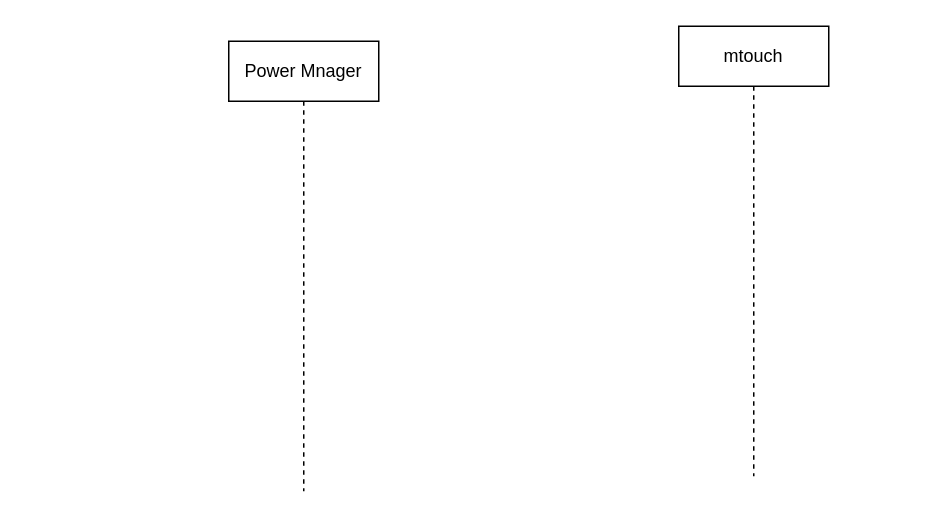
singledo/drawio-repo keeps this draw.io diagram as Untitled Diagram.drawio. Above is the earlier version. Source tidied: cells renumbered, new cells numbered last; positions are measured from the earlier drawing's top-left corner, leaving out a move shared by most shapes. Both pictures are drawn from the tidied source at 150%, with x=0, y=0 at pixel (228, 26).
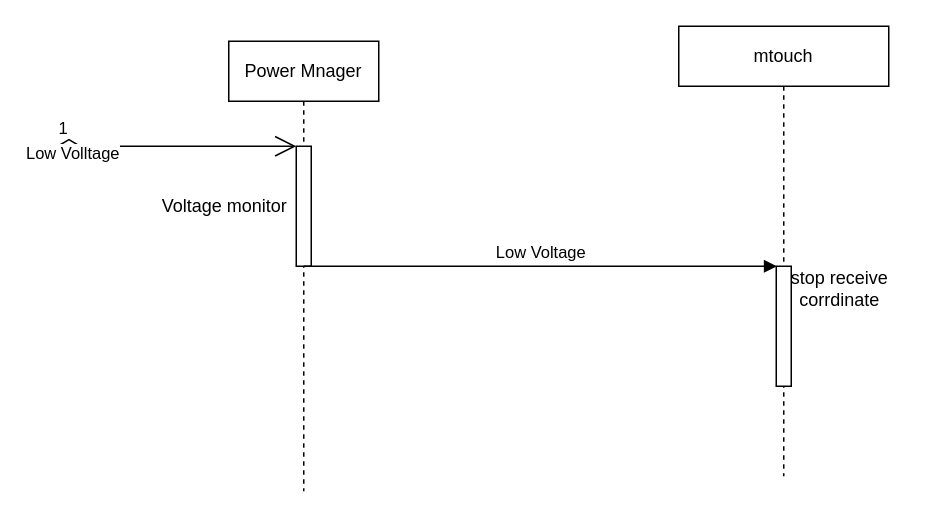
After the change.

The edit, as a diff of the source:
```diff
@@
 <mxGraphModel>
   <root>
     <mxCell id="0" />
     <mxCell id="1" parent="0" />
     <mxCell id="2" value="Power Mnager" style="shape=umlLifeline;perimeter=lifelinePerimeter;whiteSpace=wrap;html=1;" parent="1" vertex="1">
       <mxGeometry y="10" width="100" height="300" as="geometry" />
     </mxCell>
+    <mxCell id="4" style="html=1;perimeter=orthogonalPerimeter;" parent="2" vertex="1">
+      <mxGeometry x="45" y="70" width="10" height="80" as="geometry" />
+    </mxCell>
+    <mxCell id="5" value="1" style="endArrow=open;html=1;endSize=12;startArrow=diamondThin;startSize=14;startFill=0;edgeStyle=orthogonalEdgeStyle;align=left;verticalAlign=bottom;rounded=0;" parent="2" edge="1">
+      <mxGeometry x="-1" y="3" relative="1" as="geometry">
+        <mxPoint x="-115" y="70" as="sourcePoint" />
+        <mxPoint x="45" y="70" as="targetPoint" />
+      </mxGeometry>
+    </mxCell>
+    <mxCell id="6" value="Low Volltage" style="edgeLabel;html=1;align=center;verticalAlign=middle;" parent="5" vertex="1">
+      <mxGeometry x="-0.88" y="-4" relative="1" as="geometry" />
+    </mxCell>
+    <mxCell id="7" value="Voltage monitor" style="text;html=1;strokeColor=none;fillColor=none;align=center;verticalAlign=middle;whiteSpace=wrap;rounded=0;" parent="2" vertex="1">
+      <mxGeometry x="-50" y="100" width="95" height="20" as="geometry" />
+    </mxCell>
+    <mxCell id="8" value="Low Voltage" style="html=1;verticalAlign=bottom;endArrow=block;rounded=0;entryX=0.035;entryY=0;entryDx=0;entryDy=0;entryPerimeter=0;" parent="2" edge="1" target="9">
+      <mxGeometry relative="1" as="geometry">
+        <mxPoint x="50" y="150" as="sourcePoint" />
+      </mxGeometry>
+    </mxCell>
     <mxCell id="3" value="mtouch" style="shape=umlLifeline;perimeter=lifelinePerimeter;whiteSpace=wrap;html=1;" parent="1" vertex="1">
-      <mxGeometry x="300" width="100" height="300" as="geometry" />
+      <mxGeometry x="300" width="140" height="300" as="geometry" />
     </mxCell>
+    <mxCell id="9" style="html=1;points=[];perimeter=orthogonalPerimeter;" parent="3" vertex="1">
+      <mxGeometry x="65" y="160" width="10" height="80" as="geometry" />
+    </mxCell>
+    <mxCell id="10" value="stop receive corrdinate" style="text;html=1;strokeColor=none;fillColor=none;align=center;verticalAlign=middle;whiteSpace=wrap;rounded=0;" parent="3" vertex="1">
+      <mxGeometry x="65" y="160" width="85" height="30" as="geometry" />
+    </mxCell>
   </root>
 </mxGraphModel>
```
